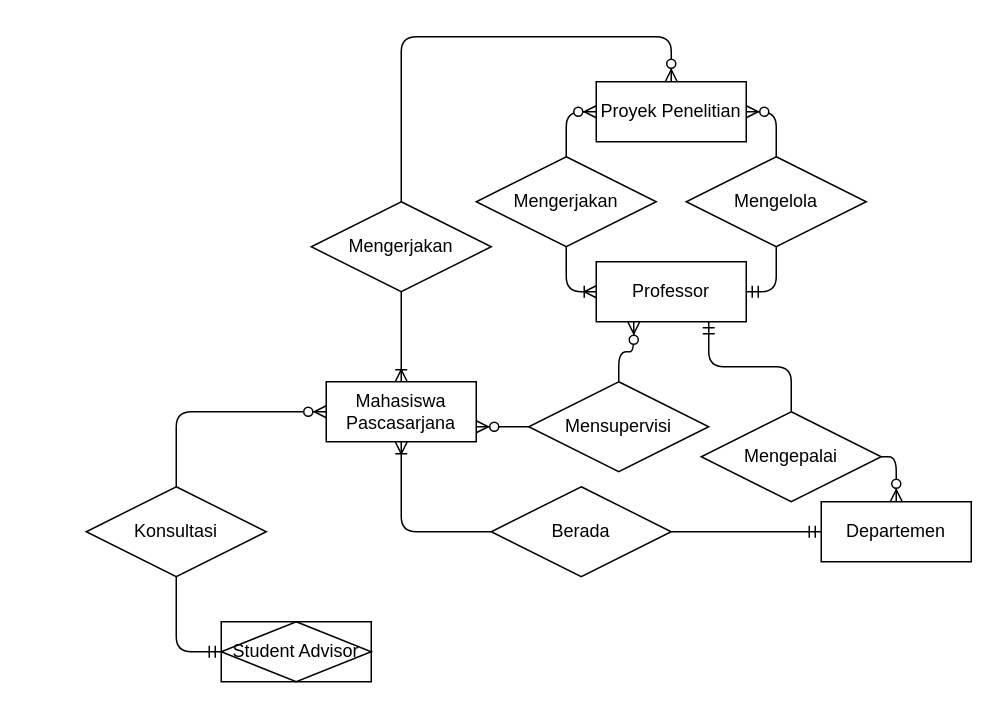
Earlier version of the draw.io diagram page "Page-1" (1 of 2) of lkp2.drawio (andrawicaksonoipb/Basis-Data). Source tidied: cells renumbered, new cells numbered last; positions are measured from the earlier drawing's top-left corner, leaving out a move shared by most shapes. Both pictures are drawn from the tidied source at 150%, with x=0, y=0 at pixel (86, 36).
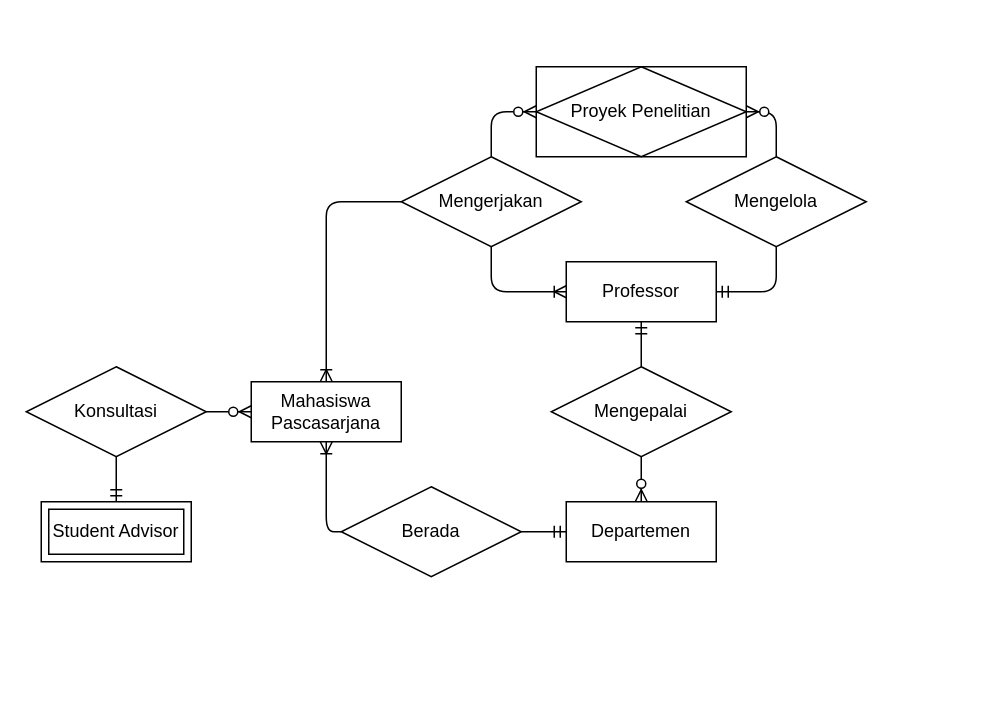
Above is the later version.

Unchanged cells that the change refers to:
```xml
<mxCell id="6" value="Mengelola" style="shape=rhombus;perimeter=rhombusPerimeter;whiteSpace=wrap;html=1;align=center;" parent="1" vertex="1">
  <mxGeometry x="400" y="80" width="120" height="60" as="geometry" />
</mxCell>
```

Diff of the diagram source:
```diff
@@
     <mxCell id="2" value="Professor" style="whiteSpace=wrap;html=1;align=center;" parent="1" vertex="1">
-      <mxGeometry x="340" y="150" width="100" height="40" as="geometry" />
+      <mxGeometry x="320" y="150" width="100" height="40" as="geometry" />
     </mxCell>
-    <mxCell id="3" value="Proyek Penelitian" style="whiteSpace=wrap;html=1;align=center;" parent="1" vertex="1">
-      <mxGeometry x="340" y="30" width="100" height="40" as="geometry" />
-    </mxCell>
     <mxCell id="4" value="Mahasiswa Pascasarjana" style="whiteSpace=wrap;html=1;align=center;" parent="1" vertex="1">
-      <mxGeometry x="160" y="230" width="100" height="40" as="geometry" />
+      <mxGeometry x="110" y="230" width="100" height="40" as="geometry" />
     </mxCell>
     <mxCell id="5" value="Departemen" style="whiteSpace=wrap;html=1;align=center;" parent="1" vertex="1">
-      <mxGeometry x="490" y="310" width="100" height="40" as="geometry" />
+      <mxGeometry x="320" y="310" width="100" height="40" as="geometry" />
     </mxCell>
@@
-    <mxCell id="7" value="Mengerjakan" style="shape=rhombus;perimeter=rhombusPerimeter;whiteSpace=wrap;html=1;align=center;" parent="1" vertex="1">
-      <mxGeometry x="260" y="80" width="120" height="60" as="geometry" />
-    </mxCell>
@@
-    <mxCell id="9" style="edgeStyle=orthogonalEdgeStyle;fontSize=12;html=1;endArrow=ERoneToMany;entryX=0;entryY=0.5;entryDx=0;entryDy=0;exitX=0.5;exitY=1;exitDx=0;exitDy=0;" parent="1" edge="1" source="7" target="2">
-      <mxGeometry relative="1" as="geometry" />
-    </mxCell>
-    <mxCell id="10" style="edgeStyle=orthogonalEdgeStyle;fontSize=12;html=1;endArrow=ERzeroToMany;endFill=1;entryX=1;entryY=0.5;entryDx=0;entryDy=0;exitX=0.5;exitY=0;exitDx=0;exitDy=0;" parent="1" edge="1" source="6" target="3">
+    <mxCell id="10" style="edgeStyle=orthogonalEdgeStyle;fontSize=12;html=1;endArrow=ERzeroToMany;endFill=1;exitX=0.5;exitY=0;exitDx=0;exitDy=0;entryX=1;entryY=0.5;entryDx=0;entryDy=0;" parent="1" edge="1" source="6" target="3">
       <mxGeometry relative="1" as="geometry" />
     </mxCell>
-    <mxCell id="11" style="edgeStyle=orthogonalEdgeStyle;fontSize=12;html=1;endArrow=ERzeroToMany;endFill=1;exitX=0.5;exitY=0;exitDx=0;exitDy=0;entryX=0;entryY=0.5;entryDx=0;entryDy=0;" parent="1" edge="1" source="7" target="3">
-      <mxGeometry relative="1" as="geometry" />
-    </mxCell>
-    <mxCell id="12" style="fontSize=12;html=1;endArrow=ERoneToMany;entryX=0.5;entryY=0;entryDx=0;entryDy=0;edgeStyle=orthogonalEdgeStyle;exitX=0.5;exitY=1;exitDx=0;exitDy=0;" parent="1" edge="1" source="25" target="4">
+    <mxCell id="12" style="fontSize=12;html=1;endArrow=ERoneToMany;entryX=0.5;entryY=0;entryDx=0;entryDy=0;edgeStyle=orthogonalEdgeStyle;exitX=0;exitY=0.5;exitDx=0;exitDy=0;" parent="1" edge="1" source="28" target="4">
       <mxGeometry relative="1" as="geometry" />
     </mxCell>
     <mxCell id="13" value="Mengepalai" style="shape=rhombus;perimeter=rhombusPerimeter;whiteSpace=wrap;html=1;align=center;" parent="1" vertex="1">
-      <mxGeometry x="410" y="250" width="120" height="60" as="geometry" />
+      <mxGeometry x="310" y="220" width="120" height="60" as="geometry" />
     </mxCell>
-    <mxCell id="14" style="edgeStyle=orthogonalEdgeStyle;fontSize=12;html=1;endArrow=ERmandOne;entryX=0.75;entryY=1;entryDx=0;entryDy=0;exitX=0.5;exitY=0;exitDx=0;exitDy=0;" parent="1" edge="1" source="13" target="2">
+    <mxCell id="14" style="edgeStyle=orthogonalEdgeStyle;fontSize=12;html=1;endArrow=ERmandOne;entryX=0.5;entryY=1;entryDx=0;entryDy=0;exitX=0.5;exitY=0;exitDx=0;exitDy=0;" parent="1" edge="1" source="13" target="2">
       <mxGeometry relative="1" as="geometry" />
     </mxCell>
-    <mxCell id="15" value="Student Advisor" style="shape=associativeEntity;whiteSpace=wrap;html=1;align=center;" parent="1" vertex="1">
-      <mxGeometry x="90" y="390" width="100" height="40" as="geometry" />
-    </mxCell>
     <mxCell id="16" value="Konsultasi" style="shape=rhombus;perimeter=rhombusPerimeter;whiteSpace=wrap;html=1;align=center;" parent="1" vertex="1">
-      <mxGeometry y="300" width="120" height="60" as="geometry" />
+      <mxGeometry x="-40" y="220" width="120" height="60" as="geometry" />
     </mxCell>
-    <mxCell id="17" style="edgeStyle=orthogonalEdgeStyle;fontSize=12;html=1;endArrow=ERmandOne;entryX=0;entryY=0.5;entryDx=0;entryDy=0;exitX=0.5;exitY=1;exitDx=0;exitDy=0;" parent="1" edge="1" source="16" target="15">
+    <mxCell id="17" style="edgeStyle=orthogonalEdgeStyle;fontSize=12;html=1;endArrow=ERmandOne;entryX=0.5;entryY=0;entryDx=0;entryDy=0;exitX=0.5;exitY=1;exitDx=0;exitDy=0;" parent="1" edge="1" source="16" target="15">
       <mxGeometry relative="1" as="geometry" />
     </mxCell>
-    <mxCell id="18" style="edgeStyle=orthogonalEdgeStyle;fontSize=12;html=1;endArrow=ERzeroToMany;endFill=1;entryX=0;entryY=0.5;entryDx=0;entryDy=0;exitX=0.5;exitY=0;exitDx=0;exitDy=0;" parent="1" edge="1" source="16" target="4">
+    <mxCell id="18" style="edgeStyle=orthogonalEdgeStyle;fontSize=12;html=1;endArrow=ERzeroToMany;endFill=1;entryX=0;entryY=0.5;entryDx=0;entryDy=0;exitX=1;exitY=0.5;exitDx=0;exitDy=0;" parent="1" edge="1" source="16" target="4">
       <mxGeometry relative="1" as="geometry" />
     </mxCell>
@@
     <mxCell id="20" value="Berada" style="shape=rhombus;perimeter=rhombusPerimeter;whiteSpace=wrap;html=1;align=center;" parent="1" vertex="1">
-      <mxGeometry x="270" y="300" width="120" height="60" as="geometry" />
+      <mxGeometry x="170" y="300" width="120" height="60" as="geometry" />
     </mxCell>
-    <mxCell id="21" style="edgeStyle=orthogonalEdgeStyle;fontSize=12;html=1;endArrow=ERzeroToMany;endFill=1;exitX=1;exitY=0.5;exitDx=0;exitDy=0;entryX=0.5;entryY=0;entryDx=0;entryDy=0;" parent="1" edge="1" source="13" target="5">
+    <mxCell id="21" style="edgeStyle=orthogonalEdgeStyle;fontSize=12;html=1;endArrow=ERzeroToMany;endFill=1;exitX=0.5;exitY=1;exitDx=0;exitDy=0;entryX=0.5;entryY=0;entryDx=0;entryDy=0;" parent="1" edge="1" source="13" target="5">
       <mxGeometry relative="1" as="geometry" />
     </mxCell>
-    <mxCell id="22" value="Mensupervisi" style="shape=rhombus;perimeter=rhombusPerimeter;whiteSpace=wrap;html=1;align=center;" parent="1" vertex="1">
-      <mxGeometry x="295" y="230" width="120" height="60" as="geometry" />
-    </mxCell>
-    <mxCell id="23" style="edgeStyle=orthogonalEdgeStyle;fontSize=12;html=1;endArrow=ERzeroToMany;endFill=1;entryX=0.25;entryY=1;entryDx=0;entryDy=0;exitX=0.5;exitY=0;exitDx=0;exitDy=0;" parent="1" edge="1" source="22" target="2">
-      <mxGeometry relative="1" as="geometry" />
-    </mxCell>
-    <mxCell id="24" style="edgeStyle=orthogonalEdgeStyle;fontSize=12;html=1;endArrow=ERzeroToMany;endFill=1;entryX=1;entryY=0.75;entryDx=0;entryDy=0;exitX=0;exitY=0.5;exitDx=0;exitDy=0;" parent="1" edge="1" source="22" target="4">
-      <mxGeometry relative="1" as="geometry" />
-    </mxCell>
-    <mxCell id="25" value="Mengerjakan" style="shape=rhombus;perimeter=rhombusPerimeter;whiteSpace=wrap;html=1;align=center;" parent="1" vertex="1">
-      <mxGeometry x="150" y="110" width="120" height="60" as="geometry" />
-    </mxCell>
-    <mxCell id="26" style="edgeStyle=orthogonalEdgeStyle;fontSize=12;html=1;endArrow=ERzeroToMany;endFill=1;exitX=0.5;exitY=0;exitDx=0;exitDy=0;entryX=0.5;entryY=0;entryDx=0;entryDy=0;" parent="1" edge="1" source="25" target="3">
-      <mxGeometry relative="1" as="geometry">
-        <Array as="points">
-          <mxPoint x="210" />
-          <mxPoint x="390" />
-        </Array>
-      </mxGeometry>
-    </mxCell>
@@
+    <mxCell id="15" value="Student Advisor&lt;br&gt;" style="shape=ext;margin=3;double=1;whiteSpace=wrap;html=1;align=center;" parent="1" vertex="1">
+      <mxGeometry x="-30" y="310" width="100" height="40" as="geometry" />
+    </mxCell>
+    <mxCell id="3" value="Proyek Penelitian" style="shape=associativeEntity;whiteSpace=wrap;html=1;align=center;" parent="1" vertex="1">
+      <mxGeometry x="300" y="20" width="140" height="60" as="geometry" />
+    </mxCell>
+    <mxCell id="28" value="Mengerjakan" style="shape=rhombus;perimeter=rhombusPerimeter;whiteSpace=wrap;html=1;align=center;" parent="1" vertex="1">
+      <mxGeometry x="210" y="80" width="120" height="60" as="geometry" />
+    </mxCell>
+    <mxCell id="29" style="fontSize=12;html=1;endArrow=ERoneToMany;entryX=0;entryY=0.5;entryDx=0;entryDy=0;edgeStyle=orthogonalEdgeStyle;exitX=0.5;exitY=1;exitDx=0;exitDy=0;" parent="1" edge="1" source="28" target="2">
+      <mxGeometry relative="1" as="geometry" />
+    </mxCell>
+    <mxCell id="30" style="edgeStyle=orthogonalEdgeStyle;fontSize=12;html=1;endArrow=ERzeroToMany;endFill=1;entryX=0;entryY=0.5;entryDx=0;entryDy=0;exitX=0.5;exitY=0;exitDx=0;exitDy=0;" parent="1" edge="1" source="28" target="3">
+      <mxGeometry relative="1" as="geometry" />
+    </mxCell>
```
